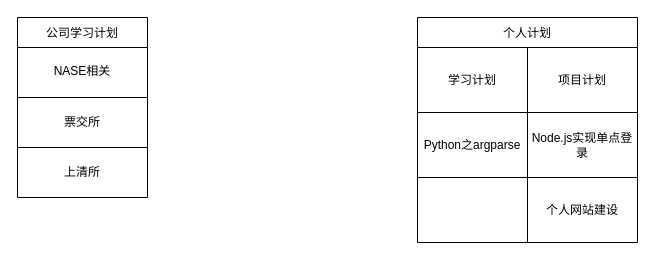
The draw.io diagram page "总览" (1 of 4) of StudyPlan.drawio in newgitofzinian/draw, before the edit. Source tidied: cells renumbered, new cells numbered last; positions are measured from the earlier drawing's top-left corner, leaving out a move shared by most shapes. Both pictures are drawn from the tidied source at 100%, with x=0, y=0 at pixel (17, 17).
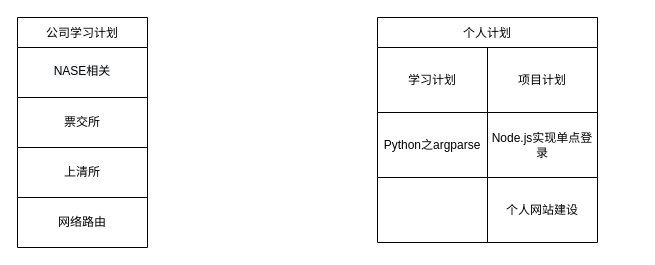
The same page after the edit.

Commit message:
网络路由的学习计划

What changed in the source:
```diff
@@
     <mxCell id="2" value="公司学习计划" style="shape=table;startSize=30;childLayout=tableLayout;" parent="1" vertex="1">
-      <mxGeometry width="130" height="180" as="geometry" />
+      <mxGeometry width="130" height="230" as="geometry" />
     </mxCell>
@@
+    <mxCell id="19" style="shape=tableRow;horizontal=0;startSize=0;swimlaneHead=0;swimlaneBody=0;top=0;left=0;bottom=0;right=0;fillColor=none;" parent="2" vertex="1">
+      <mxGeometry y="180" width="130" height="50" as="geometry" />
+    </mxCell>
+    <mxCell id="20" value="网络路由" style="shape=partialRectangle;html=1;whiteSpace=wrap;overflow=hidden;fillColor=none;top=0;left=0;bottom=0;right=0;" parent="19" vertex="1">
+      <mxGeometry width="130" height="50" as="geometry" />
+    </mxCell>
     <mxCell id="9" value="个人计划" style="shape=table;startSize=30;childLayout=tableLayout;" parent="1" vertex="1">
-      <mxGeometry x="400" width="220" height="225" as="geometry" />
+      <mxGeometry x="360" width="220" height="225" as="geometry" />
     </mxCell>
```
